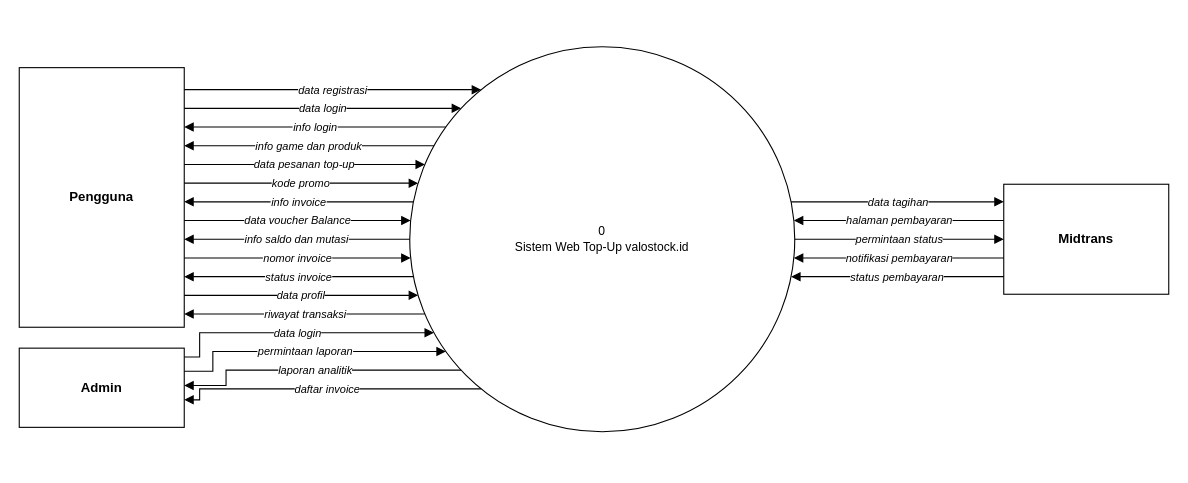
balaqiang/valostock keeps this draw.io diagram as page "FDiagramKonteks" (1 of 6) of docs/skpl/dfd/DFD valostock.drawio. Above is the earlier version. Source tidied: cells renumbered, new cells numbered last; positions are measured from the earlier drawing's top-left corner, leaving out a move shared by most shapes. Both pictures are drawn from the tidied source at 110%, with x=0, y=0 at pixel (19, 46).
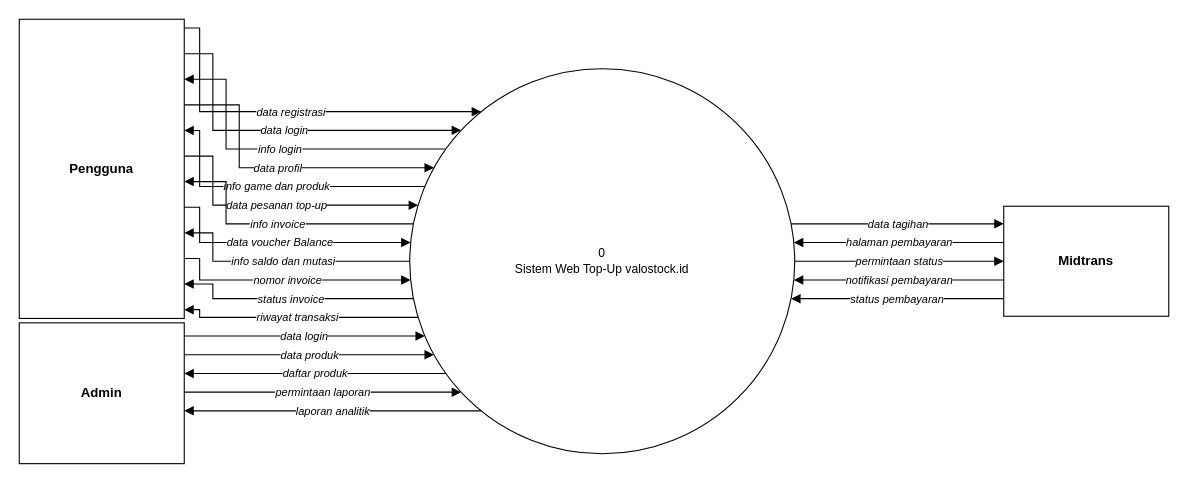
The same diagram, later.

What changed in the source:
```diff
@@
     <mxCell id="2" value="0&#10;Sistem Web Top-Up valostock.id" style="ellipse;whiteSpace=wrap;html=1;fontSize=11;" parent="1" vertex="1">
-      <mxGeometry x="355" width="350" height="350" as="geometry" />
+      <mxGeometry x="355" y="20" width="350" height="350" as="geometry" />
     </mxCell>
     <mxCell id="3" value="Pengguna" style="rounded=0;whiteSpace=wrap;html=1;fontStyle=1;" parent="1" vertex="1">
-      <mxGeometry y="19" width="150" height="236" as="geometry" />
+      <mxGeometry y="-25" width="150" height="272" as="geometry" />
     </mxCell>
     <mxCell id="4" value="Admin" style="rounded=0;whiteSpace=wrap;html=1;fontStyle=1;" parent="1" vertex="1">
-      <mxGeometry y="274" width="150" height="72" as="geometry" />
+      <mxGeometry y="251" width="150" height="128" as="geometry" />
     </mxCell>
     <mxCell id="5" value="Midtrans" style="rounded=0;whiteSpace=wrap;html=1;fontStyle=1;" parent="1" vertex="1">
-      <mxGeometry x="895" y="125" width="150" height="100" as="geometry" />
+      <mxGeometry x="895" y="145" width="150" height="100" as="geometry" />
     </mxCell>
     <mxCell id="6" value="data registrasi" style="edgeStyle=none;endArrow=block;endFill=1;html=1;rounded=0;fontSize=10;fontStyle=2;labelBackgroundColor=#ffffff;" parent="1" edge="1">
       <mxGeometry relative="1" as="geometry">
-        <mxPoint x="150" y="39" as="sourcePoint" />
-        <mxPoint x="419.9" y="39" as="targetPoint" />
+        <mxPoint x="150" y="-17" as="sourcePoint" />
+        <mxPoint x="419.9" y="59" as="targetPoint" />
+        <Array as="points">
+          <mxPoint x="164" y="-17" />
+          <mxPoint x="164" y="59" />
+        </Array>
       </mxGeometry>
     </mxCell>
     <mxCell id="7" value="data login" style="edgeStyle=none;endArrow=block;endFill=1;html=1;rounded=0;fontSize=10;fontStyle=2;labelBackgroundColor=#ffffff;" parent="1" edge="1">
       <mxGeometry relative="1" as="geometry">
-        <mxPoint x="150" y="56" as="sourcePoint" />
-        <mxPoint x="401.7" y="56" as="targetPoint" />
+        <mxPoint x="150" y="6.3" as="sourcePoint" />
+        <mxPoint x="401.7" y="76" as="targetPoint" />
+        <Array as="points">
+          <mxPoint x="176" y="6.3" />
+          <mxPoint x="176" y="76" />
+        </Array>
       </mxGeometry>
     </mxCell>
     <mxCell id="8" value="info login" style="edgeStyle=none;endArrow=block;endFill=1;html=1;rounded=0;fontSize=10;fontStyle=2;labelBackgroundColor=#ffffff;" parent="1" edge="1">
       <mxGeometry relative="1" as="geometry">
-        <mxPoint x="387.8" y="73" as="sourcePoint" />
-        <mxPoint x="150" y="73" as="targetPoint" />
+        <mxPoint x="387.8" y="93" as="sourcePoint" />
+        <mxPoint x="150" y="29.5" as="targetPoint" />
+        <Array as="points">
+          <mxPoint x="188" y="93" />
+          <mxPoint x="188" y="29.5" />
+        </Array>
       </mxGeometry>
     </mxCell>
-    <mxCell id="9" value="info game dan produk" style="edgeStyle=none;endArrow=block;endFill=1;html=1;rounded=0;fontSize=10;fontStyle=2;labelBackgroundColor=#ffffff;" parent="1" edge="1">
+    <mxCell id="9" value="data profil" style="edgeStyle=none;endArrow=block;endFill=1;html=1;rounded=0;fontSize=10;fontStyle=2;labelBackgroundColor=#ffffff;" parent="1" edge="1">
       <mxGeometry relative="1" as="geometry">
-        <mxPoint x="377" y="90" as="sourcePoint" />
-        <mxPoint x="150" y="90" as="targetPoint" />
+        <mxPoint x="150" y="52.8" as="sourcePoint" />
+        <mxPoint x="377" y="110" as="targetPoint" />
+        <Array as="points">
+          <mxPoint x="200" y="52.8" />
+          <mxPoint x="200" y="110" />
+        </Array>
       </mxGeometry>
     </mxCell>
-    <mxCell id="10" value="data pesanan top-up" style="edgeStyle=none;endArrow=block;endFill=1;html=1;rounded=0;fontSize=10;fontStyle=2;labelBackgroundColor=#ffffff;" parent="1" edge="1">
+    <mxCell id="10" value="info game dan produk" style="edgeStyle=none;endArrow=block;endFill=1;html=1;rounded=0;fontSize=10;fontStyle=2;labelBackgroundColor=#ffffff;" parent="1" edge="1">
       <mxGeometry relative="1" as="geometry">
-        <mxPoint x="150" y="107" as="sourcePoint" />
-        <mxPoint x="368.8" y="107" as="targetPoint" />
+        <mxPoint x="368.8" y="127" as="sourcePoint" />
+        <mxPoint x="150" y="76.1" as="targetPoint" />
+        <Array as="points">
+          <mxPoint x="164" y="127" />
+          <mxPoint x="164" y="76.1" />
+        </Array>
       </mxGeometry>
     </mxCell>
-    <mxCell id="11" value="kode promo" style="edgeStyle=none;endArrow=block;endFill=1;html=1;rounded=0;fontSize=10;fontStyle=2;labelBackgroundColor=#ffffff;" parent="1" edge="1">
+    <mxCell id="11" value="data pesanan top-up" style="edgeStyle=none;endArrow=block;endFill=1;html=1;rounded=0;fontSize=10;fontStyle=2;labelBackgroundColor=#ffffff;" parent="1" edge="1">
       <mxGeometry relative="1" as="geometry">
-        <mxPoint x="150" y="124" as="sourcePoint" />
-        <mxPoint x="362.6" y="124" as="targetPoint" />
+        <mxPoint x="150" y="99.4" as="sourcePoint" />
+        <mxPoint x="362.6" y="144" as="targetPoint" />
+        <Array as="points">
+          <mxPoint x="176" y="99.4" />
+          <mxPoint x="176" y="144" />
+        </Array>
       </mxGeometry>
     </mxCell>
     <mxCell id="12" value="info invoice" style="edgeStyle=none;endArrow=block;endFill=1;html=1;rounded=0;fontSize=10;fontStyle=2;labelBackgroundColor=#ffffff;" parent="1" edge="1">
       <mxGeometry relative="1" as="geometry">
-        <mxPoint x="358.3" y="141" as="sourcePoint" />
-        <mxPoint x="150" y="141" as="targetPoint" />
+        <mxPoint x="358.3" y="161" as="sourcePoint" />
+        <mxPoint x="150" y="122.6" as="targetPoint" />
+        <Array as="points">
+          <mxPoint x="188" y="161" />
+          <mxPoint x="188" y="122.6" />
+        </Array>
       </mxGeometry>
     </mxCell>
     <mxCell id="13" value="data voucher Balance" style="edgeStyle=none;endArrow=block;endFill=1;html=1;rounded=0;fontSize=10;fontStyle=2;labelBackgroundColor=#ffffff;" parent="1" edge="1">
       <mxGeometry relative="1" as="geometry">
-        <mxPoint x="150" y="158" as="sourcePoint" />
-        <mxPoint x="355.8" y="158" as="targetPoint" />
+        <mxPoint x="150" y="145.9" as="sourcePoint" />
+        <mxPoint x="355.8" y="178" as="targetPoint" />
+        <Array as="points">
+          <mxPoint x="164" y="145.9" />
+          <mxPoint x="164" y="178" />
+        </Array>
       </mxGeometry>
     </mxCell>
     <mxCell id="14" value="info saldo dan mutasi" style="edgeStyle=none;endArrow=block;endFill=1;html=1;rounded=0;fontSize=10;fontStyle=2;labelBackgroundColor=#ffffff;" parent="1" edge="1">
       <mxGeometry relative="1" as="geometry">
-        <mxPoint x="355" y="175" as="sourcePoint" />
-        <mxPoint x="150" y="175" as="targetPoint" />
+        <mxPoint x="355" y="195" as="sourcePoint" />
+        <mxPoint x="150" y="169.2" as="targetPoint" />
+        <Array as="points">
+          <mxPoint x="176" y="195" />
+          <mxPoint x="176" y="169.2" />
+        </Array>
       </mxGeometry>
     </mxCell>
     <mxCell id="15" value="nomor invoice" style="edgeStyle=none;endArrow=block;endFill=1;html=1;rounded=0;fontSize=10;fontStyle=2;labelBackgroundColor=#ffffff;" parent="1" edge="1">
       <mxGeometry relative="1" as="geometry">
-        <mxPoint x="150" y="192" as="sourcePoint" />
-        <mxPoint x="355.8" y="192" as="targetPoint" />
+        <mxPoint x="150" y="192.5" as="sourcePoint" />
+        <mxPoint x="355.8" y="212" as="targetPoint" />
+        <Array as="points">
+          <mxPoint x="164" y="192.5" />
+          <mxPoint x="164" y="212" />
+        </Array>
       </mxGeometry>
     </mxCell>
     <mxCell id="16" value="status invoice" style="edgeStyle=none;endArrow=block;endFill=1;html=1;rounded=0;fontSize=10;fontStyle=2;labelBackgroundColor=#ffffff;" parent="1" edge="1">
       <mxGeometry relative="1" as="geometry">
-        <mxPoint x="358.3" y="209" as="sourcePoint" />
-        <mxPoint x="150" y="209" as="targetPoint" />
+        <mxPoint x="358.3" y="229" as="sourcePoint" />
+        <mxPoint x="150" y="215.7" as="targetPoint" />
+        <Array as="points">
+          <mxPoint x="176" y="229" />
+          <mxPoint x="176" y="215.7" />
+        </Array>
       </mxGeometry>
     </mxCell>
-    <mxCell id="17" value="data profil" style="edgeStyle=none;endArrow=block;endFill=1;html=1;rounded=0;fontSize=10;fontStyle=2;labelBackgroundColor=#ffffff;" parent="1" edge="1">
+    <mxCell id="17" value="riwayat transaksi" style="edgeStyle=none;endArrow=block;endFill=1;html=1;rounded=0;fontSize=10;fontStyle=2;labelBackgroundColor=#ffffff;" parent="1" edge="1">
       <mxGeometry relative="1" as="geometry">
-        <mxPoint x="150" y="226" as="sourcePoint" />
-        <mxPoint x="362.6" y="226" as="targetPoint" />
+        <mxPoint x="362.6" y="246" as="sourcePoint" />
+        <mxPoint x="150" y="239" as="targetPoint" />
+        <Array as="points">
+          <mxPoint x="164" y="246" />
+          <mxPoint x="164" y="239" />
+        </Array>
       </mxGeometry>
     </mxCell>
-    <mxCell id="18" value="riwayat transaksi" style="edgeStyle=none;endArrow=block;endFill=1;html=1;rounded=0;fontSize=10;fontStyle=2;labelBackgroundColor=#ffffff;" parent="1" edge="1">
+    <mxCell id="18" value="data login" style="edgeStyle=none;endArrow=block;endFill=1;html=1;rounded=0;fontSize=10;fontStyle=2;labelBackgroundColor=#ffffff;" parent="1" edge="1">
       <mxGeometry relative="1" as="geometry">
-        <mxPoint x="368.8" y="243" as="sourcePoint" />
-        <mxPoint x="150" y="243" as="targetPoint" />
+        <mxPoint x="150" y="263" as="sourcePoint" />
+        <mxPoint x="368.8" y="263" as="targetPoint" />
       </mxGeometry>
     </mxCell>
-    <mxCell id="19" value="data login" style="edgeStyle=none;endArrow=block;endFill=1;html=1;rounded=0;fontSize=10;fontStyle=2;labelBackgroundColor=#ffffff;" parent="1" edge="1">
+    <mxCell id="19" value="data produk" style="edgeStyle=none;endArrow=block;endFill=1;html=1;rounded=0;fontSize=10;fontStyle=2;labelBackgroundColor=#ffffff;" parent="1" edge="1">
       <mxGeometry relative="1" as="geometry">
-        <mxPoint x="150" y="282" as="sourcePoint" />
-        <mxPoint x="377" y="260" as="targetPoint" />
-        <Array as="points">
-          <mxPoint x="164" y="282" />
-          <mxPoint x="164" y="260" />
-        </Array>
+        <mxPoint x="150" y="280" as="sourcePoint" />
+        <mxPoint x="377" y="280" as="targetPoint" />
       </mxGeometry>
     </mxCell>
-    <mxCell id="20" value="permintaan laporan" style="edgeStyle=none;endArrow=block;endFill=1;html=1;rounded=0;fontSize=10;fontStyle=2;labelBackgroundColor=#ffffff;" parent="1" edge="1">
+    <mxCell id="20" value="daftar produk" style="edgeStyle=none;endArrow=block;endFill=1;html=1;rounded=0;fontSize=10;fontStyle=2;labelBackgroundColor=#ffffff;" parent="1" edge="1">
       <mxGeometry relative="1" as="geometry">
-        <mxPoint x="150" y="295" as="sourcePoint" />
-        <mxPoint x="387.8" y="277" as="targetPoint" />
-        <Array as="points">
-          <mxPoint x="176" y="295" />
-          <mxPoint x="176" y="277" />
-        </Array>
+        <mxPoint x="387.8" y="297" as="sourcePoint" />
+        <mxPoint x="150" y="297" as="targetPoint" />
       </mxGeometry>
     </mxCell>
-    <mxCell id="21" value="laporan analitik" style="edgeStyle=none;endArrow=block;endFill=1;html=1;rounded=0;fontSize=10;fontStyle=2;labelBackgroundColor=#ffffff;" parent="1" edge="1">
+    <mxCell id="21" value="permintaan laporan" style="edgeStyle=none;endArrow=block;endFill=1;html=1;rounded=0;fontSize=10;fontStyle=2;labelBackgroundColor=#ffffff;" parent="1" edge="1">
       <mxGeometry relative="1" as="geometry">
-        <mxPoint x="401.7" y="294" as="sourcePoint" />
-        <mxPoint x="150" y="308" as="targetPoint" />
-        <Array as="points">
-          <mxPoint x="188" y="294" />
-          <mxPoint x="188" y="308" />
-        </Array>
+        <mxPoint x="150" y="314" as="sourcePoint" />
+        <mxPoint x="401.7" y="314" as="targetPoint" />
       </mxGeometry>
     </mxCell>
-    <mxCell id="22" value="daftar invoice" style="edgeStyle=none;endArrow=block;endFill=1;html=1;rounded=0;fontSize=10;fontStyle=2;labelBackgroundColor=#ffffff;" parent="1" edge="1">
+    <mxCell id="22" value="laporan analitik" style="edgeStyle=none;endArrow=block;endFill=1;html=1;rounded=0;fontSize=10;fontStyle=2;labelBackgroundColor=#ffffff;" parent="1" edge="1">
       <mxGeometry relative="1" as="geometry">
-        <mxPoint x="419.9" y="311" as="sourcePoint" />
-        <mxPoint x="150" y="321" as="targetPoint" />
-        <Array as="points">
-          <mxPoint x="164" y="311" />
-          <mxPoint x="164" y="321" />
-        </Array>
+        <mxPoint x="419.9" y="331" as="sourcePoint" />
+        <mxPoint x="150" y="331" as="targetPoint" />
       </mxGeometry>
     </mxCell>
     <mxCell id="23" value="data tagihan" style="edgeStyle=none;endArrow=block;endFill=1;html=1;rounded=0;fontSize=10;fontStyle=2;labelBackgroundColor=#ffffff;" parent="1" edge="1">
       <mxGeometry relative="1" as="geometry">
-        <mxPoint x="701.7" y="141" as="sourcePoint" />
-        <mxPoint x="895" y="141" as="targetPoint" />
+        <mxPoint x="701.7" y="161" as="sourcePoint" />
+        <mxPoint x="895" y="161" as="targetPoint" />
       </mxGeometry>
     </mxCell>
     <mxCell id="24" value="halaman pembayaran" style="edgeStyle=none;endArrow=block;endFill=1;html=1;rounded=0;fontSize=10;fontStyle=2;labelBackgroundColor=#ffffff;" parent="1" edge="1">
       <mxGeometry relative="1" as="geometry">
-        <mxPoint x="895" y="158" as="sourcePoint" />
-        <mxPoint x="704.2" y="158" as="targetPoint" />
+        <mxPoint x="895" y="178" as="sourcePoint" />
+        <mxPoint x="704.2" y="178" as="targetPoint" />
       </mxGeometry>
     </mxCell>
     <mxCell id="25" value="permintaan status" style="edgeStyle=none;endArrow=block;endFill=1;html=1;rounded=0;fontSize=10;fontStyle=2;labelBackgroundColor=#ffffff;" parent="1" edge="1">
       <mxGeometry relative="1" as="geometry">
-        <mxPoint x="705" y="175" as="sourcePoint" />
-        <mxPoint x="895" y="175" as="targetPoint" />
+        <mxPoint x="705" y="195" as="sourcePoint" />
+        <mxPoint x="895" y="195" as="targetPoint" />
       </mxGeometry>
     </mxCell>
     <mxCell id="26" value="notifikasi pembayaran" style="edgeStyle=none;endArrow=block;endFill=1;html=1;rounded=0;fontSize=10;fontStyle=2;labelBackgroundColor=#ffffff;" parent="1" edge="1">
       <mxGeometry relative="1" as="geometry">
-        <mxPoint x="895" y="192" as="sourcePoint" />
-        <mxPoint x="704.2" y="192" as="targetPoint" />
+        <mxPoint x="895" y="212" as="sourcePoint" />
+        <mxPoint x="704.2" y="212" as="targetPoint" />
       </mxGeometry>
     </mxCell>
     <mxCell id="27" value="status pembayaran" style="edgeStyle=none;endArrow=block;endFill=1;html=1;rounded=0;fontSize=10;fontStyle=2;labelBackgroundColor=#ffffff;" parent="1" edge="1">
       <mxGeometry relative="1" as="geometry">
-        <mxPoint x="895" y="209" as="sourcePoint" />
-        <mxPoint x="701.7" y="209" as="targetPoint" />
+        <mxPoint x="895" y="229" as="sourcePoint" />
+        <mxPoint x="701.7" y="229" as="targetPoint" />
       </mxGeometry>
     </mxCell>
```
